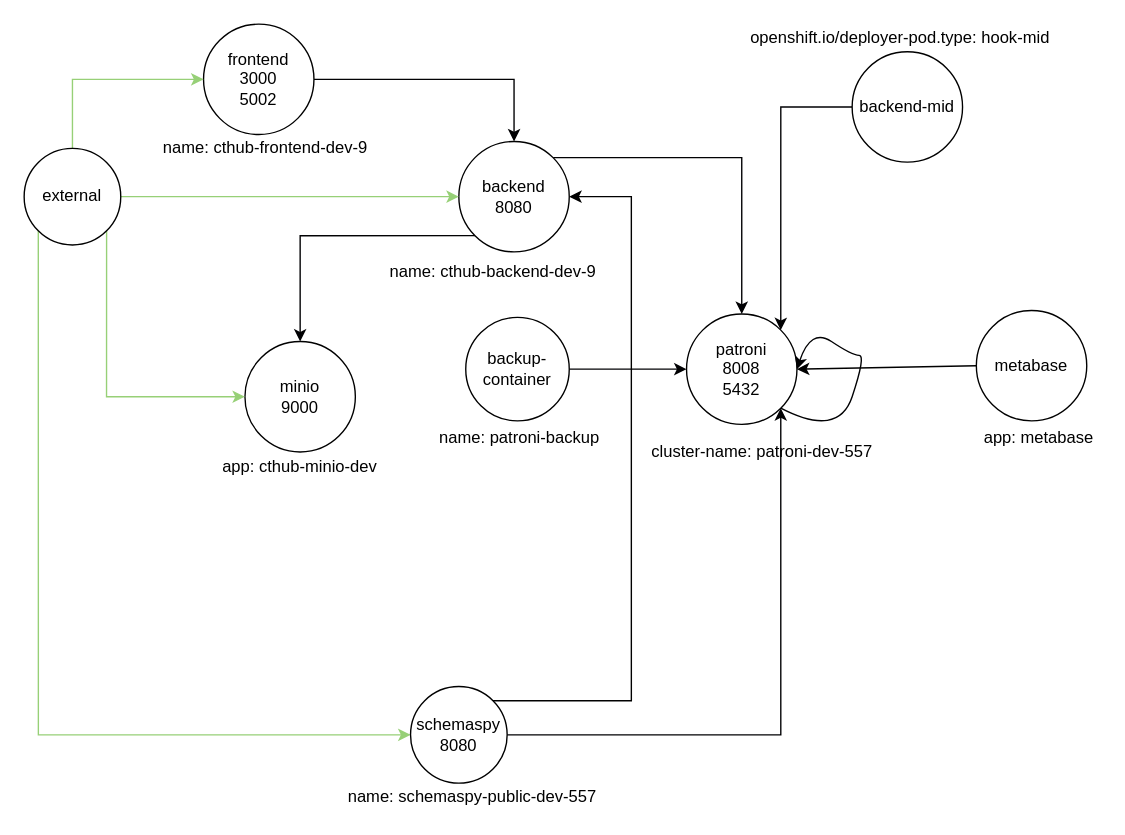
bcgov/itvr keeps this draw.io diagram as openshift/templates/knp/knp-diagram.drawio. Above is the earlier version. Source tidied: cells renumbered, new cells numbered last; positions are measured from the earlier drawing's top-left corner, leaving out a move shared by most shapes. Both pictures are drawn from the tidied source at 138%, with x=0, y=0 at pixel (23, 23).
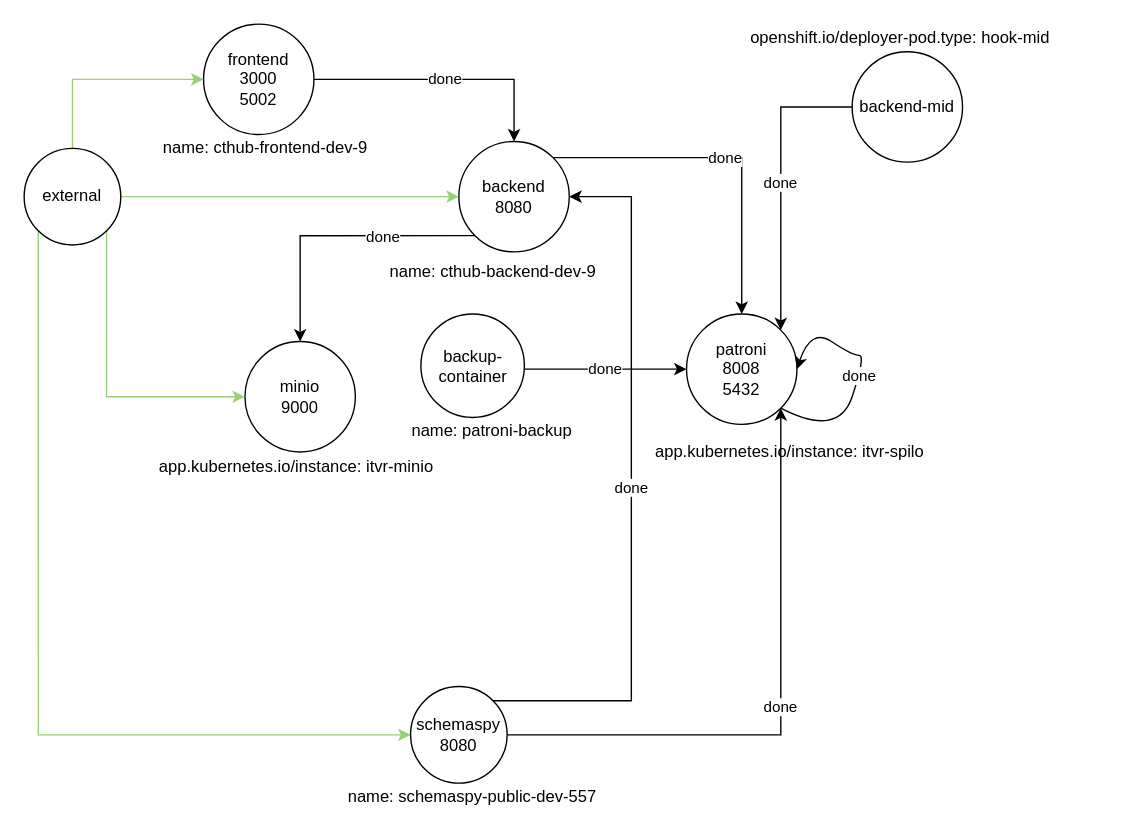
Above is the later version.

The change refers to these unchanged cells:
```xml
<mxCell id="3" value="frontend&lt;br&gt;3000&lt;br&gt;5002" style="ellipse;whiteSpace=wrap;html=1;" parent="1" vertex="1">
  <mxGeometry x="130" width="80" height="80" as="geometry" />
</mxCell>
<mxCell id="4" style="edgeStyle=orthogonalEdgeStyle;rounded=0;jettySize=auto;html=1;exitX=0;exitY=1;exitDx=0;exitDy=0;strokeColor=#010103;" parent="1" edge="1" source="6" target="11">
  <mxGeometry relative="1" as="geometry" />
</mxCell>
<mxCell id="6" value="backend&lt;br&gt;8080" style="ellipse;whiteSpace=wrap;html=1;" parent="1" vertex="1">
  <mxGeometry x="315" y="85" width="80" height="80" as="geometry" />
</mxCell>
<mxCell id="7" value="patroni&lt;br&gt;8008&lt;br&gt;5432" style="ellipse;whiteSpace=wrap;html=1;" parent="1" vertex="1">
  <mxGeometry x="480" y="210" width="80" height="80" as="geometry" />
</mxCell>
<mxCell id="19" value="backend-mid" style="ellipse;whiteSpace=wrap;html=1;" parent="1" vertex="1">
  <mxGeometry x="600" y="20" width="80" height="80" as="geometry" />
</mxCell>
<mxCell id="21" value="schemaspy&lt;br&gt;8080" style="ellipse;whiteSpace=wrap;html=1;" parent="1" vertex="1">
  <mxGeometry x="280" y="480" width="70" height="70" as="geometry" />
</mxCell>
```

Change to the diagram source:
```diff
@@
-    <mxCell id="2" style="edgeStyle=orthogonalEdgeStyle;rounded=0;jettySize=auto;html=1;exitX=1;exitY=0.5;exitDx=0;exitDy=0;strokeColor=#010103;" parent="1" edge="1" source="3" target="6">
+    <mxCell id="2" value="done" style="edgeStyle=orthogonalEdgeStyle;rounded=0;jettySize=auto;html=1;exitX=1;exitY=0.5;exitDx=0;exitDy=0;strokeColor=#010103;" parent="1" edge="1" source="3" target="6">
       <mxGeometry relative="1" as="geometry" />
     </mxCell>
@@
+    <mxCell id="32" value="done" style="edgeLabel;html=1;align=center;verticalAlign=middle;" parent="4" vertex="1">
+      <mxGeometry x="-0.34" relative="1" as="geometry" />
+    </mxCell>
-    <mxCell id="5" style="edgeStyle=orthogonalEdgeStyle;rounded=0;jettySize=auto;html=1;exitX=1;exitY=0;exitDx=0;exitDy=0;strokeColor=#010103;" parent="1" edge="1" source="6" target="7">
+    <mxCell id="5" value="done" style="edgeStyle=orthogonalEdgeStyle;rounded=0;jettySize=auto;html=1;exitX=1;exitY=0;exitDx=0;exitDy=0;strokeColor=#010103;" parent="1" edge="1" source="6" target="7">
       <mxGeometry relative="1" as="geometry" />
     </mxCell>
@@
-    <mxCell id="8" style="edgeStyle=orthogonalEdgeStyle;rounded=0;jettySize=auto;html=1;entryX=0;entryY=0.5;entryDx=0;entryDy=0;strokeColor=#010103;" parent="1" edge="1" source="10" target="7">
-      <mxGeometry relative="1" as="geometry" />
+    <mxCell id="8" value="done" style="edgeStyle=orthogonalEdgeStyle;rounded=0;jettySize=auto;html=1;entryX=0;entryY=0.5;entryDx=0;entryDy=0;strokeColor=#010103;" parent="1" edge="1" source="10" target="7">
+      <mxGeometry relative="1" as="geometry">
+        <Array as="points">
+          <mxPoint x="420" y="250" />
+          <mxPoint x="420" y="250" />
+        </Array>
+      </mxGeometry>
     </mxCell>
-    <mxCell id="9" style="edgeStyle=orthogonalEdgeStyle;rounded=0;jettySize=auto;html=1;exitX=1;exitY=0;exitDx=0;exitDy=0;entryX=1;entryY=0.5;entryDx=0;entryDy=0;" parent="1" edge="1" source="21" target="6">
+    <mxCell id="9" value="done" style="edgeStyle=orthogonalEdgeStyle;rounded=0;jettySize=auto;html=1;exitX=1;exitY=0;exitDx=0;exitDy=0;entryX=1;entryY=0.5;entryDx=0;entryDy=0;" parent="1" edge="1" source="21" target="6">
       <mxGeometry relative="1" as="geometry">
         <Array as="points">
           <mxPoint x="440" y="490" />
           <mxPoint x="440" y="125" />
         </Array>
       </mxGeometry>
     </mxCell>
     <mxCell id="10" value="backup-container" style="ellipse;whiteSpace=wrap;html=1;" parent="1" vertex="1">
-      <mxGeometry x="320" y="212.5" width="75" height="75" as="geometry" />
+      <mxGeometry x="287.5" y="210" width="75" height="75" as="geometry" />
     </mxCell>
@@
-    <mxCell id="17" style="curved=1;endArrow=classic;html=1;exitX=1;exitY=1;exitDx=0;exitDy=0;entryX=1;entryY=0.5;entryDx=0;entryDy=0;strokeColor=#010103;" parent="1" edge="1" source="7" target="7">
+    <mxCell id="17" value="done" style="curved=1;endArrow=classic;html=1;exitX=1;exitY=1;exitDx=0;exitDy=0;entryX=1;entryY=0.5;entryDx=0;entryDy=0;strokeColor=#010103;" parent="1" edge="1" source="7" target="7">
       <mxGeometry relative="1" as="geometry">
         <Array as="points">
           <mxPoint x="590" y="300" />
           <mxPoint x="610" y="240" />
           <mxPoint x="600" y="240" />
           <mxPoint x="570" y="220" />
         </Array>
       </mxGeometry>
     </mxCell>
-    <mxCell id="18" style="edgeStyle=orthogonalEdgeStyle;rounded=0;jettySize=auto;html=1;entryX=1;entryY=0;entryDx=0;entryDy=0;strokeColor=#010103;" parent="1" edge="1" source="19" target="7">
+    <mxCell id="18" value="done" style="edgeStyle=orthogonalEdgeStyle;rounded=0;jettySize=auto;html=1;entryX=1;entryY=0;entryDx=0;entryDy=0;strokeColor=#010103;" parent="1" edge="1" source="19" target="7">
       <mxGeometry relative="1" as="geometry" />
     </mxCell>
@@
-    <mxCell id="20" style="edgeStyle=orthogonalEdgeStyle;rounded=0;jettySize=auto;html=1;entryX=1;entryY=1;entryDx=0;entryDy=0;strokeColor=#010103;" parent="1" edge="1" source="21" target="7">
+    <mxCell id="20" value="done" style="edgeStyle=orthogonalEdgeStyle;rounded=0;jettySize=auto;html=1;entryX=1;entryY=1;entryDx=0;entryDy=0;strokeColor=#010103;" parent="1" edge="1" source="21" target="7">
       <mxGeometry relative="1" as="geometry" />
     </mxCell>
@@
-    <mxCell id="22" value="app: cthub-minio-dev" style="text;html=1;strokeColor=none;fillColor=none;align=center;verticalAlign=middle;whiteSpace=wrap;rounded=0;" parent="1" vertex="1">
-      <mxGeometry x="125" y="310" width="150" height="22.5" as="geometry" />
+    <mxCell id="22" value="app.kubernetes.io/instance: itvr-minio" style="text;html=1;strokeColor=none;fillColor=none;align=center;verticalAlign=middle;whiteSpace=wrap;rounded=0;" parent="1" vertex="1">
+      <mxGeometry x="90" y="310" width="215" height="22.5" as="geometry" />
     </mxCell>
@@
-    <mxCell id="24" value="cluster-name: patroni-dev-557" style="text;html=1;strokeColor=none;fillColor=none;align=center;verticalAlign=middle;whiteSpace=wrap;rounded=0;" parent="1" vertex="1">
-      <mxGeometry x="450" y="300" width="170" height="20" as="geometry" />
+    <mxCell id="24" value="app.kubernetes.io/instance: itvr-spilo" style="text;html=1;strokeColor=none;fillColor=none;align=center;verticalAlign=middle;whiteSpace=wrap;rounded=0;" parent="1" vertex="1">
+      <mxGeometry x="450" y="300" width="210" height="20" as="geometry" />
     </mxCell>
     <mxCell id="25" value="&amp;nbsp;name: patroni-backup" style="text;html=1;strokeColor=none;fillColor=none;align=center;verticalAlign=middle;whiteSpace=wrap;rounded=0;" parent="1" vertex="1">
-      <mxGeometry x="290" y="290" width="135" height="20" as="geometry" />
+      <mxGeometry x="270" y="285" width="135" height="20" as="geometry" />
     </mxCell>
@@
-    <mxCell id="29" value="metabase" style="ellipse;whiteSpace=wrap;html=1;" parent="1" vertex="1">
-      <mxGeometry x="690" y="207.5" width="80" height="80" as="geometry" />
-    </mxCell>
-    <mxCell id="30" style="endArrow=classic;html=1;rounded=0;exitX=0;exitY=0.5;exitDx=0;exitDy=0;entryX=1;entryY=0.5;entryDx=0;entryDy=0;" parent="1" edge="1" source="29" target="7">
-      <mxGeometry relative="1" as="geometry" />
-    </mxCell>
-    <mxCell id="31" value="app: metabase" style="text;html=1;align=center;verticalAlign=middle;strokeColor=none;fillColor=none;" parent="1" vertex="1">
-      <mxGeometry x="690" y="290" width="90" height="20" as="geometry" />
-    </mxCell>
```
